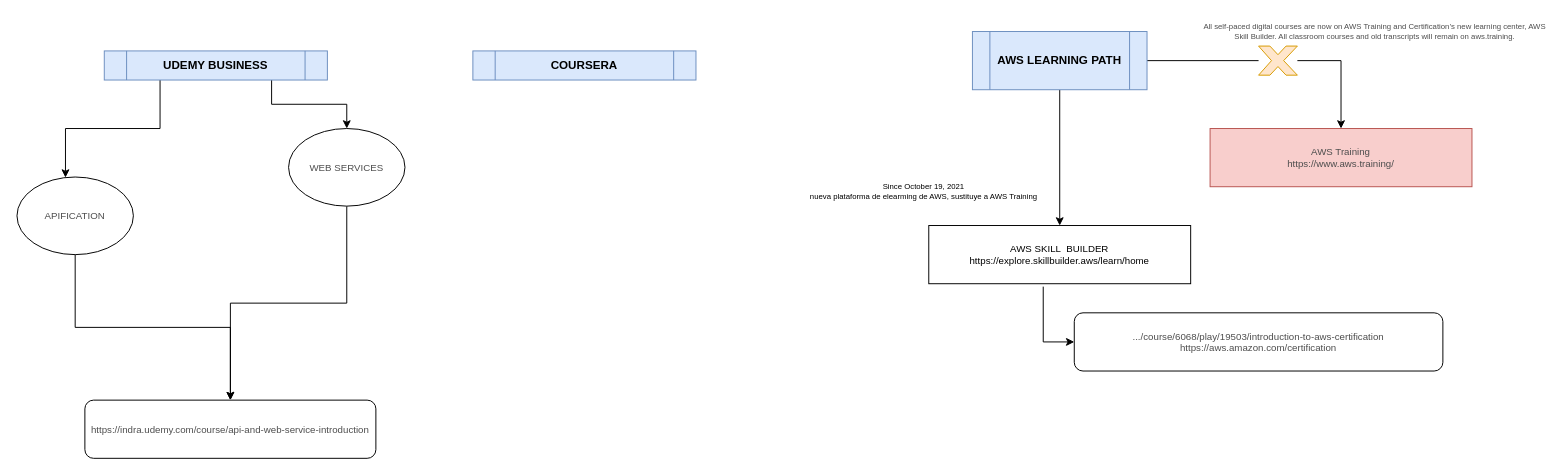
This is LearningPaths.drawio from efmpacheco/DIAGRAMS, a draw.io file, before an edit. Source tidied: cells renumbered, new cells numbered last; positions are measured from the earlier drawing's top-left corner, leaving out a move shared by most shapes. Both pictures are drawn from the tidied source at 97%, with x=0, y=0 at pixel (16, 16).
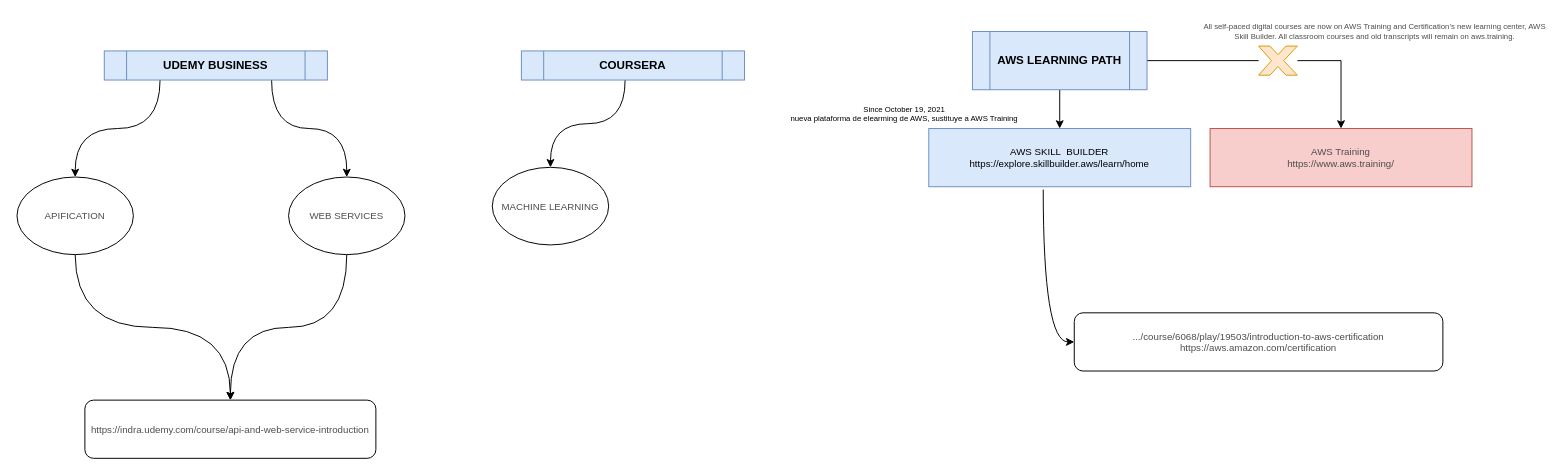
Above is the later version.

The change refers to these unchanged cells:
```xml
<mxCell id="11" value=".../course/6068/play/19503/introduction-to-aws-certification&lt;br&gt;https://aws.amazon.com/certification" style="rounded=1;whiteSpace=wrap;html=1;fontSize=10;fontColor=#4D4D4D;" parent="1" vertex="1">
  <mxGeometry x="1090" y="305" width="380" height="60" as="geometry" />
</mxCell>
<mxCell id="16" value="UDEMY BUSINESS" style="shape=process;whiteSpace=wrap;html=1;backgroundOutline=1;fontSize=12;fontStyle=1;fillColor=#dae8fc;strokeColor=#6c8ebf;" parent="1" vertex="1">
  <mxGeometry x="90" y="35" width="230" height="30" as="geometry" />
</mxCell>
<mxCell id="17" value="&lt;span&gt;https://indra.udemy.com/course/api-and-web-service-introduction&lt;/span&gt;" style="rounded=1;whiteSpace=wrap;html=1;fontSize=10;fontColor=#4D4D4D;" parent="1" vertex="1">
  <mxGeometry x="70" y="395" width="300" height="60" as="geometry" />
</mxCell>
<mxCell id="19" value="APIFICATION" style="ellipse;whiteSpace=wrap;html=1;fontSize=10;fontColor=#4D4D4D;" parent="1" vertex="1">
  <mxGeometry y="165" width="120" height="80" as="geometry" />
</mxCell>
```

The edit, as a diff of the source:
```diff
@@
-    <mxCell id="4" value="AWS SKILL&amp;nbsp; BUILDER&lt;br style=&quot;font-size: 10px;&quot;&gt;https://explore.skillbuilder.aws/learn/home" style="rounded=0;whiteSpace=wrap;html=1;fontSize=10;" parent="1" vertex="1">
-      <mxGeometry x="940" y="215" width="270" height="60" as="geometry" />
+    <mxCell id="4" value="AWS SKILL&amp;nbsp; BUILDER&lt;br style=&quot;font-size: 10px;&quot;&gt;https://explore.skillbuilder.aws/learn/home" style="rounded=0;whiteSpace=wrap;html=1;fontSize=10;fillColor=#dae8fc;strokeColor=#6c8ebf;" parent="1" vertex="1">
+      <mxGeometry x="940" y="115" width="270" height="60" as="geometry" />
     </mxCell>
     <mxCell id="5" value="Since October 19, 2021&lt;br&gt;nueva plataforma de elearming de AWS, sustituye a AWS Training" style="text;html=1;strokeColor=none;fillColor=none;align=center;verticalAlign=middle;whiteSpace=wrap;rounded=0;fontSize=8;" parent="1" vertex="1">
-      <mxGeometry x="810" y="165" width="250" height="30" as="geometry" />
+      <mxGeometry x="790" y="85" width="250" height="30" as="geometry" />
     </mxCell>
-    <mxCell id="6" style="edgeStyle=orthogonalEdgeStyle;rounded=0;jettySize=auto;html=1;exitX=0.437;exitY=1.05;exitDx=0;exitDy=0;entryX=0;entryY=0.5;entryDx=0;entryDy=0;fontSize=8;fontColor=#4D4D4D;exitPerimeter=0;" parent="1" edge="1" source="4" target="11">
+    <mxCell id="6" style="edgeStyle=orthogonalEdgeStyle;rounded=0;jettySize=auto;html=1;exitX=0.437;exitY=1.05;exitDx=0;exitDy=0;entryX=0;entryY=0.5;entryDx=0;entryDy=0;fontSize=8;fontColor=#4D4D4D;exitPerimeter=0;curved=1;" parent="1" edge="1" source="4" target="11">
       <mxGeometry relative="1" as="geometry" />
     </mxCell>
@@
+    <mxCell id="22" style="edgeStyle=orthogonalEdgeStyle;curved=1;rounded=0;jettySize=auto;html=1;exitX=0.465;exitY=1;exitDx=0;exitDy=0;entryX=0.5;entryY=0;entryDx=0;entryDy=0;labelBorderColor=#000000;fontSize=10;fontColor=#4D4D4D;exitPerimeter=0;" parent="1" edge="1" source="13" target="23">
+      <mxGeometry relative="1" as="geometry" />
+    </mxCell>
     <mxCell id="13" value="COURSERA&lt;br&gt;" style="shape=process;whiteSpace=wrap;html=1;backgroundOutline=1;fontSize=12;fontStyle=1;fillColor=#dae8fc;strokeColor=#6c8ebf;" parent="1" vertex="1">
-      <mxGeometry x="470" y="35" width="230" height="30" as="geometry" />
+      <mxGeometry x="520" y="35" width="230" height="30" as="geometry" />
     </mxCell>
-    <mxCell id="14" style="edgeStyle=orthogonalEdgeStyle;rounded=0;jettySize=auto;html=1;exitX=0.25;exitY=1;exitDx=0;exitDy=0;fontSize=10;fontColor=#4D4D4D;" parent="1" edge="1" source="16" target="19">
-      <mxGeometry relative="1" as="geometry">
-        <Array as="points">
-          <mxPoint x="148" y="115" />
-          <mxPoint x="50" y="115" />
-        </Array>
-      </mxGeometry>
+    <mxCell id="14" style="edgeStyle=orthogonalEdgeStyle;rounded=0;jettySize=auto;html=1;exitX=0.25;exitY=1;exitDx=0;exitDy=0;fontSize=10;fontColor=#4D4D4D;labelBorderColor=#000000;curved=1;" parent="1" edge="1" source="16" target="19">
+      <mxGeometry relative="1" as="geometry" />
     </mxCell>
-    <mxCell id="15" style="edgeStyle=orthogonalEdgeStyle;rounded=0;jettySize=auto;html=1;exitX=0.75;exitY=1;exitDx=0;exitDy=0;fontSize=10;fontColor=#4D4D4D;" parent="1" edge="1" source="16" target="21">
+    <mxCell id="15" style="edgeStyle=orthogonalEdgeStyle;rounded=0;jettySize=auto;html=1;exitX=0.75;exitY=1;exitDx=0;exitDy=0;fontSize=10;fontColor=#4D4D4D;curved=1;" parent="1" edge="1" source="16" target="21">
       <mxGeometry relative="1" as="geometry" />
     </mxCell>
@@
-    <mxCell id="18" style="edgeStyle=orthogonalEdgeStyle;rounded=0;jettySize=auto;html=1;exitX=0.5;exitY=1;exitDx=0;exitDy=0;fontSize=10;fontColor=#4D4D4D;entryX=0.5;entryY=0;entryDx=0;entryDy=0;" parent="1" edge="1" source="19" target="17">
+    <mxCell id="18" style="edgeStyle=orthogonalEdgeStyle;rounded=0;jettySize=auto;html=1;exitX=0.5;exitY=1;exitDx=0;exitDy=0;fontSize=10;fontColor=#4D4D4D;entryX=0.5;entryY=0;entryDx=0;entryDy=0;curved=1;" parent="1" edge="1" source="19" target="17">
       <mxGeometry relative="1" as="geometry" />
     </mxCell>
@@
-    <mxCell id="20" style="edgeStyle=orthogonalEdgeStyle;rounded=0;jettySize=auto;html=1;exitX=0.5;exitY=1;exitDx=0;exitDy=0;entryX=0.5;entryY=0;entryDx=0;entryDy=0;fontSize=10;fontColor=#4D4D4D;" parent="1" edge="1" source="21" target="17">
+    <mxCell id="20" style="edgeStyle=orthogonalEdgeStyle;rounded=0;jettySize=auto;html=1;exitX=0.5;exitY=1;exitDx=0;exitDy=0;entryX=0.5;entryY=0;entryDx=0;entryDy=0;fontSize=10;fontColor=#4D4D4D;curved=1;" parent="1" edge="1" source="21" target="17">
       <mxGeometry relative="1" as="geometry" />
     </mxCell>
     <mxCell id="21" value="WEB SERVICES" style="ellipse;whiteSpace=wrap;html=1;fontSize=10;fontColor=#4D4D4D;" parent="1" vertex="1">
-      <mxGeometry x="280" y="115" width="120" height="80" as="geometry" />
+      <mxGeometry x="280" y="165" width="120" height="80" as="geometry" />
     </mxCell>
+    <mxCell id="23" value="MACHINE LEARNING" style="ellipse;whiteSpace=wrap;html=1;fontSize=10;fontColor=#4D4D4D;" parent="1" vertex="1">
+      <mxGeometry x="490" y="155" width="120" height="80" as="geometry" />
+    </mxCell>
```
